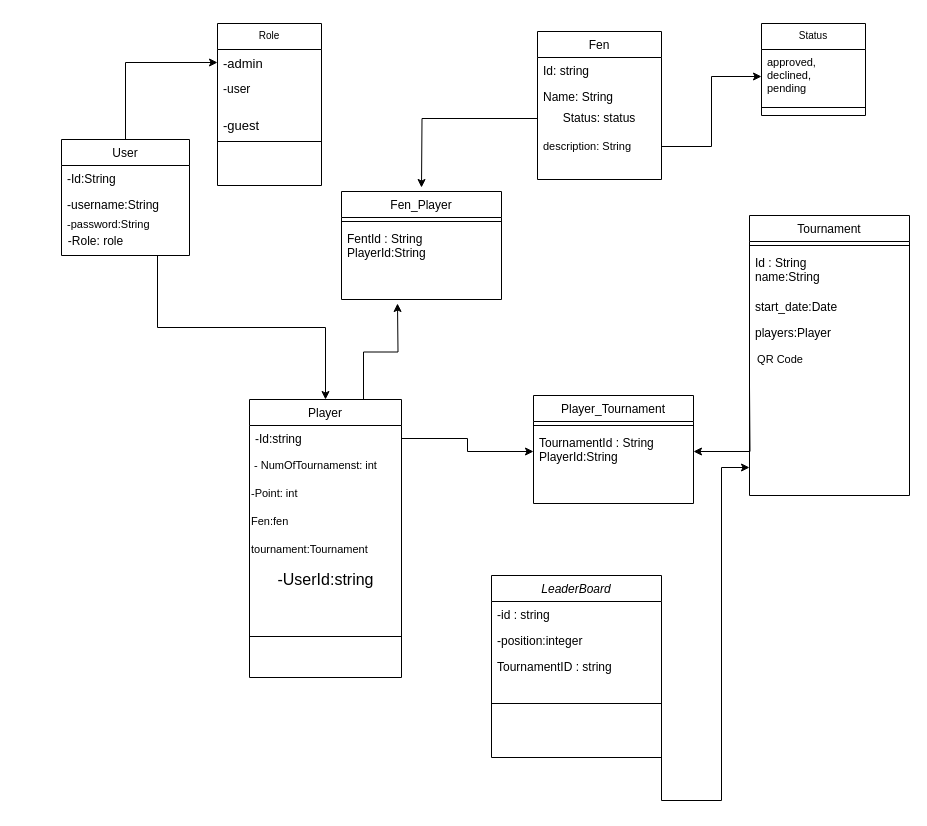
This is chess_UML.drawio from MarijaMitrikeskaa/Chess_Spring, a draw.io file, before an edit. Source tidied: cells renumbered, new cells numbered last; positions are measured from the earlier drawing's top-left corner, leaving out a move shared by most shapes. Both pictures are drawn from the tidied source at 100%, with x=0, y=0 at pixel (57, 23).
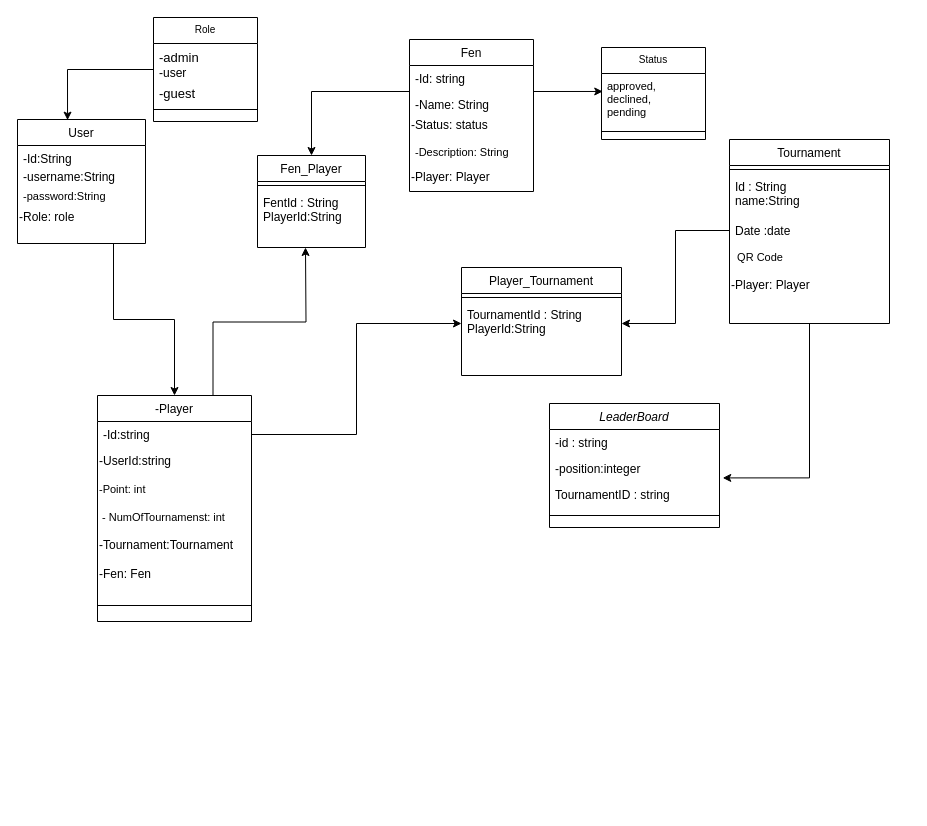
After the change.

Commit message (it also covers changes not shown here):
Edit UMl Diagram

The change refers to these unchanged cells:
```xml
<mxCell id="23" value="-position:integer" style="text;align=left;verticalAlign=top;spacingLeft=4;spacingRight=4;overflow=hidden;points=[[0,0.5],[1,0.5]];portConstraint=eastwest;rounded=0;shadow=0;html=0;" parent="21" vertex="1">
  <mxGeometry y="52" width="170" height="26" as="geometry" />
</mxCell>
<mxCell id="24" value="TournamentID : string" style="text;align=left;verticalAlign=top;spacingLeft=4;spacingRight=4;overflow=hidden;points=[[0,0.5],[1,0.5]];portConstraint=eastwest;" parent="21" vertex="1">
  <mxGeometry y="78" width="170" height="26" as="geometry" />
</mxCell>
<mxCell id="34" value="approved, &#10;declined, &#10;pending" style="text;align=left;verticalAlign=top;spacingLeft=4;spacingRight=4;overflow=hidden;points=[[0,0.5],[1,0.5]];portConstraint=eastwest;rounded=0;shadow=0;html=0;fontSize=11;" parent="33" vertex="1">
  <mxGeometry y="26" width="104" height="54" as="geometry" />
</mxCell>
<mxCell id="45" value="TournamentId : String&#10;PlayerId:String" style="text;align=left;verticalAlign=top;spacingLeft=4;spacingRight=4;overflow=hidden;points=[[0,0.5],[1,0.5]];portConstraint=eastwest;" parent="43" vertex="1">
  <mxGeometry y="34" width="160" height="44" as="geometry" />
</mxCell>
```

Change to the diagram source:
```diff
@@
-    <mxCell id="2" style="edgeStyle=orthogonalEdgeStyle;rounded=0;jettySize=auto;html=1;entryX=0;entryY=0.5;entryDx=0;entryDy=0;" parent="1" edge="1" source="3" target="8">
-      <mxGeometry relative="1" as="geometry" />
-    </mxCell>
     <mxCell id="3" value="User" style="swimlane;fontStyle=0;align=center;verticalAlign=top;horizontal=1;startSize=26;rounded=0;shadow=0;strokeWidth=1;" parent="1" vertex="1">
-      <mxGeometry x="4" y="116" width="128" height="116" as="geometry" />
+      <mxGeometry x="-40" y="96" width="128" height="124" as="geometry" />
     </mxCell>
     <mxCell id="4" value="-Id:String" style="text;align=left;verticalAlign=top;spacingLeft=4;spacingRight=4;overflow=hidden;fontSize=12;" parent="3" vertex="1">
-      <mxGeometry y="26" width="128" height="26" as="geometry" />
+      <mxGeometry y="26" width="128" height="18" as="geometry" />
     </mxCell>
     <mxCell id="5" value="-username:String" style="text;align=left;verticalAlign=top;spacingLeft=4;spacingRight=4;overflow=hidden;rounded=0;shadow=0;html=0;fontSize=12;" parent="3" vertex="1">
-      <mxGeometry y="52" width="128" height="20" as="geometry" />
+      <mxGeometry y="44" width="128" height="20" as="geometry" />
     </mxCell>
     <mxCell id="6" value="-password:String&#10;" style="text;align=left;verticalAlign=top;spacingLeft=4;spacingRight=4;overflow=hidden;fontSize=11;" parent="3" vertex="1">
-      <mxGeometry y="72" width="128" height="26" as="geometry" />
+      <mxGeometry y="64" width="128" height="20" as="geometry" />
     </mxCell>
+    <mxCell id="27" value="-Role: role&lt;br&gt;" style="text;html=1;align=left;verticalAlign=middle;strokeColor=none;fillColor=none;" parent="3" vertex="1">
+      <mxGeometry y="84" width="128" height="28" as="geometry" />
+    </mxCell>
     <mxCell id="7" value="Role" style="swimlane;fontStyle=0;align=center;verticalAlign=top;horizontal=1;startSize=26;rounded=0;shadow=0;strokeWidth=1;fontSize=10;" parent="1" vertex="1">
-      <mxGeometry x="160" width="104" height="162" as="geometry" />
+      <mxGeometry x="96" y="-6" width="104" height="104" as="geometry" />
     </mxCell>
     <mxCell id="8" value="-admin" style="text;align=left;verticalAlign=top;spacingLeft=4;spacingRight=4;overflow=hidden;points=[[0,0.5],[1,0.5]];portConstraint=eastwest;fontSize=13;" parent="7" vertex="1">
-      <mxGeometry y="26" width="104" height="26" as="geometry" />
+      <mxGeometry y="26" width="104" height="16" as="geometry" />
     </mxCell>
     <mxCell id="9" value="-user" style="text;align=left;verticalAlign=top;spacingLeft=4;spacingRight=4;overflow=hidden;points=[[0,0.5],[1,0.5]];portConstraint=eastwest;rounded=0;shadow=0;html=0;fontSize=12;" parent="7" vertex="1">
-      <mxGeometry y="52" width="104" height="36" as="geometry" />
+      <mxGeometry y="42" width="104" height="20" as="geometry" />
     </mxCell>
     <mxCell id="10" value="-guest" style="text;align=left;verticalAlign=top;spacingLeft=4;spacingRight=4;overflow=hidden;fontSize=13;" parent="7" vertex="1">
-      <mxGeometry y="88" width="104" height="26" as="geometry" />
+      <mxGeometry y="62" width="104" height="26" as="geometry" />
     </mxCell>
     <mxCell id="11" style="line;html=1;strokeWidth=1;align=left;verticalAlign=middle;spacingTop=-1;spacingLeft=3;spacingRight=3;labelPosition=right;" parent="7" vertex="1">
-      <mxGeometry y="114" width="104" height="8" as="geometry" />
+      <mxGeometry y="88" width="104" height="8" as="geometry" />
     </mxCell>
     <mxCell id="12" style="edgeStyle=orthogonalEdgeStyle;rounded=0;jettySize=auto;html=1;exitX=0.75;exitY=0;exitDx=0;exitDy=0;" parent="1" edge="1" source="13">
       <mxGeometry relative="1" as="geometry">
-        <mxPoint x="340" y="280" as="targetPoint" />
+        <mxPoint x="248" y="224" as="targetPoint" />
       </mxGeometry>
     </mxCell>
-    <mxCell id="13" value="Player" style="swimlane;fontStyle=0;align=center;verticalAlign=top;horizontal=1;startSize=26;rounded=0;shadow=0;strokeWidth=1;" parent="1" vertex="1">
-      <mxGeometry x="192" y="376" width="152" height="278" as="geometry" />
+    <mxCell id="13" value="-Player" style="swimlane;fontStyle=0;align=center;verticalAlign=top;horizontal=1;startSize=26;rounded=0;shadow=0;strokeWidth=1;" parent="1" vertex="1">
+      <mxGeometry x="40" y="372" width="154" height="226" as="geometry" />
     </mxCell>
     <mxCell id="14" value="-Id:string" style="text;align=left;verticalAlign=top;spacingLeft=4;spacingRight=4;overflow=hidden;points=[[0,0.5],[1,0.5]];portConstraint=eastwest;" parent="13" vertex="1">
-      <mxGeometry y="26" width="152" height="26" as="geometry" />
+      <mxGeometry y="26" width="154" height="26" as="geometry" />
     </mxCell>
+    <mxCell id="19" value="&lt;span style=&quot;&quot;&gt;-UserId:string&lt;/span&gt;" style="text;html=1;align=left;verticalAlign=middle;strokeColor=none;fillColor=none;" parent="13" vertex="1">
+      <mxGeometry y="52" width="154" height="28" as="geometry" />
+    </mxCell>
+    <mxCell id="16" value="-Point: int&amp;nbsp;" style="text;html=1;align=left;verticalAlign=middle;strokeColor=none;fillColor=none;fontSize=11;" parent="13" vertex="1">
+      <mxGeometry y="80" width="154" height="28" as="geometry" />
+    </mxCell>
     <mxCell id="15" value="&amp;nbsp;- NumOfTournamenst: int" style="text;html=1;align=left;verticalAlign=middle;strokeColor=none;fillColor=none;fontSize=11;" parent="13" vertex="1">
-      <mxGeometry y="52" width="152" height="28" as="geometry" />
+      <mxGeometry y="108" width="154" height="28" as="geometry" />
     </mxCell>
-    <mxCell id="16" value="-Point: int&amp;nbsp;" style="text;html=1;align=left;verticalAlign=middle;strokeColor=none;fillColor=none;fontSize=11;" parent="13" vertex="1">
-      <mxGeometry y="80" width="152" height="28" as="geometry" />
-    </mxCell>
-    <mxCell id="17" value="Fen:fen" style="text;html=1;align=left;verticalAlign=middle;strokeColor=none;fillColor=none;fontSize=11;" parent="13" vertex="1">
-      <mxGeometry y="108" width="152" height="28" as="geometry" />
-    </mxCell>
-    <mxCell id="18" value="tournament:Tournament" style="text;html=1;align=left;verticalAlign=middle;strokeColor=none;fillColor=none;fontSize=11;" parent="13" vertex="1">
-      <mxGeometry y="136" width="152" height="28" as="geometry" />
-    </mxCell>
-    <mxCell id="19" value="&lt;span style=&quot;text-align: left; font-size: 16px;&quot;&gt;-UserId:string&lt;/span&gt;" style="text;html=1;align=center;verticalAlign=middle;strokeColor=none;fillColor=none;" parent="13" vertex="1">
-      <mxGeometry y="164" width="152" height="32" as="geometry" />
-    </mxCell>
+    <mxCell id="53" value="-Tournament:Tournament" style="text;html=1;align=left;verticalAlign=middle;strokeColor=none;fillColor=none;" parent="13" vertex="1">
+      <mxGeometry y="136" width="154" height="28" as="geometry" />
+    </mxCell>
+    <mxCell id="54" value="-Fen: Fen" style="text;html=1;strokeColor=none;fillColor=none;align=left;verticalAlign=middle;whiteSpace=wrap;rounded=0;" parent="13" vertex="1">
+      <mxGeometry y="164" width="154" height="30" as="geometry" />
+    </mxCell>
     <mxCell id="20" style="line;html=1;strokeWidth=1;align=left;verticalAlign=middle;spacingTop=-1;spacingLeft=3;spacingRight=3;labelPosition=right;" parent="13" vertex="1">
-      <mxGeometry y="196" width="152" height="82" as="geometry" />
+      <mxGeometry y="194" width="154" height="32" as="geometry" />
     </mxCell>
     <mxCell id="21" value="LeaderBoard" style="swimlane;fontStyle=2;align=center;verticalAlign=top;horizontal=1;startSize=26;rounded=0;shadow=0;strokeWidth=1;" parent="1" vertex="1">
-      <mxGeometry x="434" y="552" width="170" height="182" as="geometry" />
+      <mxGeometry x="492" y="380" width="170" height="124" as="geometry" />
     </mxCell>
@@
     <mxCell id="25" style="line;html=1;strokeWidth=1;align=left;verticalAlign=middle;spacingTop=-1;spacingLeft=3;spacingRight=3;labelPosition=right;" parent="21" vertex="1">
-      <mxGeometry y="104" width="170" height="48" as="geometry" />
+      <mxGeometry y="104" width="170" height="16" as="geometry" />
     </mxCell>
@@
-    <mxCell id="27" value="-Role: role&lt;br&gt;" style="text;html=1;align=center;verticalAlign=middle;strokeColor=none;fillColor=none;" parent="1" vertex="1">
-      <mxGeometry y="204" width="76" height="28" as="geometry" />
-    </mxCell>
     <mxCell id="28" value="Fen" style="swimlane;fontStyle=0;align=center;verticalAlign=top;horizontal=1;startSize=26;rounded=0;shadow=0;strokeWidth=1;" parent="1" vertex="1">
-      <mxGeometry x="480" y="8" width="124" height="148" as="geometry" />
+      <mxGeometry x="352" y="16" width="124" height="152" as="geometry" />
     </mxCell>
-    <mxCell id="29" value="Id: string" style="text;align=left;verticalAlign=top;spacingLeft=4;spacingRight=4;overflow=hidden;fontSize=12;" parent="28" vertex="1">
+    <mxCell id="29" value="-Id: string" style="text;align=left;verticalAlign=top;spacingLeft=4;spacingRight=4;overflow=hidden;fontSize=12;" parent="28" vertex="1">
       <mxGeometry y="26" width="124" height="26" as="geometry" />
     </mxCell>
-    <mxCell id="30" value="Name: String" style="text;align=left;verticalAlign=top;spacingLeft=4;spacingRight=4;overflow=hidden;rounded=0;shadow=0;html=0;fontSize=12;" parent="28" vertex="1">
+    <mxCell id="30" value="-Name: String" style="text;align=left;verticalAlign=top;spacingLeft=4;spacingRight=4;overflow=hidden;rounded=0;shadow=0;html=0;fontSize=12;" parent="28" vertex="1">
       <mxGeometry y="52" width="124" height="20" as="geometry" />
     </mxCell>
-    <mxCell id="31" value="Status: status" style="text;html=1;strokeColor=none;fillColor=none;align=center;verticalAlign=middle;whiteSpace=wrap;rounded=0;fontSize=12;" parent="28" vertex="1">
-      <mxGeometry y="72" width="124" height="30" as="geometry" />
+    <mxCell id="31" value="-Status: status" style="text;html=1;strokeColor=none;fillColor=none;align=left;verticalAlign=middle;whiteSpace=wrap;rounded=0;fontSize=12;" parent="28" vertex="1">
+      <mxGeometry y="72" width="124" height="28" as="geometry" />
     </mxCell>
-    <mxCell id="32" value="description: String" style="text;align=left;verticalAlign=top;spacingLeft=4;spacingRight=4;overflow=hidden;points=[[0,0.5],[1,0.5]];portConstraint=eastwest;fontSize=11;" parent="28" vertex="1">
-      <mxGeometry y="102" width="124" height="26" as="geometry" />
+    <mxCell id="32" value="-Description: String" style="text;align=left;verticalAlign=top;spacingLeft=4;spacingRight=4;overflow=hidden;points=[[0,0.5],[1,0.5]];portConstraint=eastwest;fontSize=11;" parent="28" vertex="1">
+      <mxGeometry y="100" width="124" height="24" as="geometry" />
     </mxCell>
+    <mxCell id="55" value="-Player: Player" style="text;html=1;align=left;verticalAlign=middle;strokeColor=none;fillColor=none;" parent="28" vertex="1">
+      <mxGeometry y="124" width="124" height="28" as="geometry" />
+    </mxCell>
     <mxCell id="33" value="Status" style="swimlane;fontStyle=0;align=center;verticalAlign=top;horizontal=1;startSize=26;rounded=0;shadow=0;strokeWidth=1;fontSize=10;" parent="1" vertex="1">
-      <mxGeometry x="704" width="104" height="92" as="geometry" />
+      <mxGeometry x="544" y="24" width="104" height="92" as="geometry" />
     </mxCell>
@@
+    <mxCell id="56" style="edgeStyle=orthogonalEdgeStyle;rounded=0;jettySize=auto;html=1;exitX=0.5;exitY=1;exitDx=0;exitDy=0;entryX=1.019;entryY=-0.138;entryDx=0;entryDy=0;entryPerimeter=0;" parent="1" edge="1" source="36" target="24">
+      <mxGeometry relative="1" as="geometry" />
+    </mxCell>
     <mxCell id="36" value="Tournament" style="swimlane;fontStyle=0;align=center;verticalAlign=top;horizontal=1;startSize=26;rounded=0;shadow=0;strokeWidth=1;" parent="1" vertex="1">
-      <mxGeometry x="692" y="192" width="160" height="280" as="geometry" />
+      <mxGeometry x="672" y="116" width="160" height="184" as="geometry" />
     </mxCell>
@@
-    <mxCell id="39" value="start_date:Date" style="text;align=left;verticalAlign=top;spacingLeft=4;spacingRight=4;overflow=hidden;points=[[0,0.5],[1,0.5]];portConstraint=eastwest;" parent="36" vertex="1">
+    <mxCell id="39" value="Date :date" style="text;align=left;verticalAlign=top;spacingLeft=4;spacingRight=4;overflow=hidden;points=[[0,0.5],[1,0.5]];portConstraint=eastwest;" parent="36" vertex="1">
       <mxGeometry y="78" width="160" height="26" as="geometry" />
     </mxCell>
-    <mxCell id="40" value="players:Player" style="text;align=left;verticalAlign=top;spacingLeft=4;spacingRight=4;overflow=hidden;" parent="36" vertex="1">
-      <mxGeometry y="104" width="160" height="26" as="geometry" />
-    </mxCell>
     <mxCell id="41" value="&amp;nbsp; QR Code" style="text;html=1;align=left;verticalAlign=middle;strokeColor=none;fillColor=none;fontSize=11;" parent="36" vertex="1">
-      <mxGeometry y="130" width="160" height="28" as="geometry" />
+      <mxGeometry y="104" width="160" height="28" as="geometry" />
     </mxCell>
-    <mxCell id="42" style="edgeStyle=orthogonalEdgeStyle;rounded=0;jettySize=auto;html=1;entryX=0;entryY=0.5;entryDx=0;entryDy=0;" parent="1" edge="1" source="32" target="34">
-      <mxGeometry relative="1" as="geometry" />
-    </mxCell>
+    <mxCell id="57" value="-Player: Player" style="text;html=1;strokeColor=none;fillColor=none;align=left;verticalAlign=middle;whiteSpace=wrap;rounded=0;" parent="36" vertex="1">
+      <mxGeometry y="132" width="160" height="28" as="geometry" />
+    </mxCell>
     <mxCell id="43" value="Player_Tournament&#10;" style="swimlane;fontStyle=0;align=center;verticalAlign=top;horizontal=1;startSize=26;rounded=0;shadow=0;strokeWidth=1;" parent="1" vertex="1">
-      <mxGeometry x="476" y="372" width="160" height="108" as="geometry" />
+      <mxGeometry x="404" y="244" width="160" height="108" as="geometry" />
     </mxCell>
@@
-    <mxCell id="47" style="edgeStyle=orthogonalEdgeStyle;rounded=0;jettySize=auto;html=1;exitX=0;exitY=0.5;exitDx=0;exitDy=0;" parent="1" edge="1" target="45">
-      <mxGeometry relative="1" as="geometry">
-        <mxPoint x="692" y="363" as="sourcePoint" />
-      </mxGeometry>
-    </mxCell>
-    <mxCell id="48" style="edgeStyle=orthogonalEdgeStyle;rounded=0;jettySize=auto;html=1;exitX=1;exitY=0.5;exitDx=0;exitDy=0;" parent="1" edge="1" source="23">
-      <mxGeometry relative="1" as="geometry">
-        <mxPoint x="692" y="444" as="targetPoint" />
-        <Array as="points">
-          <mxPoint x="664" y="777" />
-          <mxPoint x="664" y="444" />
-        </Array>
-      </mxGeometry>
-    </mxCell>
     <mxCell id="49" value="Fen_Player" style="swimlane;fontStyle=0;align=center;verticalAlign=top;horizontal=1;startSize=26;rounded=0;shadow=0;strokeWidth=1;" parent="1" vertex="1">
-      <mxGeometry x="284" y="168" width="160" height="108" as="geometry" />
+      <mxGeometry x="200" y="132" width="108" height="92" as="geometry" />
     </mxCell>
     <mxCell id="50" style="line;html=1;strokeWidth=1;align=left;verticalAlign=middle;spacingTop=-1;spacingLeft=3;spacingRight=3;labelPosition=right;" parent="49" vertex="1">
-      <mxGeometry y="26" width="160" height="8" as="geometry" />
+      <mxGeometry y="26" width="108" height="8" as="geometry" />
     </mxCell>
     <mxCell id="51" value="FentId : String&#10;PlayerId:String" style="text;align=left;verticalAlign=top;spacingLeft=4;spacingRight=4;overflow=hidden;" parent="49" vertex="1">
-      <mxGeometry y="34" width="160" height="44" as="geometry" />
+      <mxGeometry y="34" width="108" height="44" as="geometry" />
     </mxCell>
-    <mxCell id="52" style="edgeStyle=orthogonalEdgeStyle;rounded=0;jettySize=auto;html=1;" parent="1" edge="1" source="31">
-      <mxGeometry relative="1" as="geometry">
-        <mxPoint x="364" y="164" as="targetPoint" />
-      </mxGeometry>
-    </mxCell>
+    <mxCell id="58" style="edgeStyle=orthogonalEdgeStyle;rounded=0;jettySize=auto;html=1;exitX=0;exitY=0.5;exitDx=0;exitDy=0;entryX=0.391;entryY=0.005;entryDx=0;entryDy=0;entryPerimeter=0;" parent="1" edge="1" source="9" target="3">
+      <mxGeometry relative="1" as="geometry" />
+    </mxCell>
+    <mxCell id="59" style="edgeStyle=orthogonalEdgeStyle;rounded=0;jettySize=auto;html=1;exitX=1;exitY=0;exitDx=0;exitDy=0;entryX=0.012;entryY=0.333;entryDx=0;entryDy=0;entryPerimeter=0;" parent="1" edge="1" source="31" target="34">
+      <mxGeometry relative="1" as="geometry" />
+    </mxCell>
+    <mxCell id="60" style="edgeStyle=orthogonalEdgeStyle;rounded=0;jettySize=auto;html=1;exitX=0;exitY=0.5;exitDx=0;exitDy=0;entryX=1;entryY=0.5;entryDx=0;entryDy=0;" parent="1" edge="1" source="39" target="45">
+      <mxGeometry relative="1" as="geometry" />
+    </mxCell>
+    <mxCell id="61" style="edgeStyle=orthogonalEdgeStyle;rounded=0;jettySize=auto;html=1;exitX=0;exitY=0;exitDx=0;exitDy=0;entryX=0.5;entryY=0;entryDx=0;entryDy=0;" parent="1" edge="1" source="31" target="49">
+      <mxGeometry relative="1" as="geometry" />
+    </mxCell>
```
